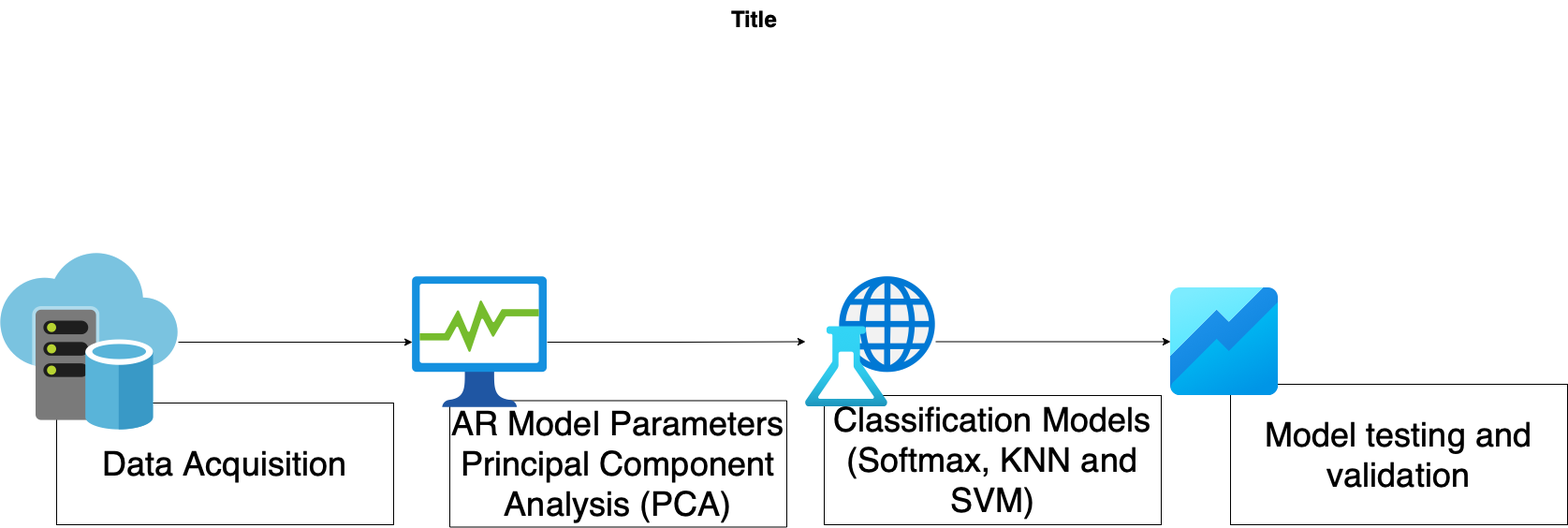
fefilizzola/HIML_TrabalhoFinal keeps this draw.io diagram as Pipeline.drawio.png. Above is the earlier version. Source tidied: cells renumbered, new cells last; positions are measured from the earlier drawing's top-left corner, leaving out a move shared by most shapes.
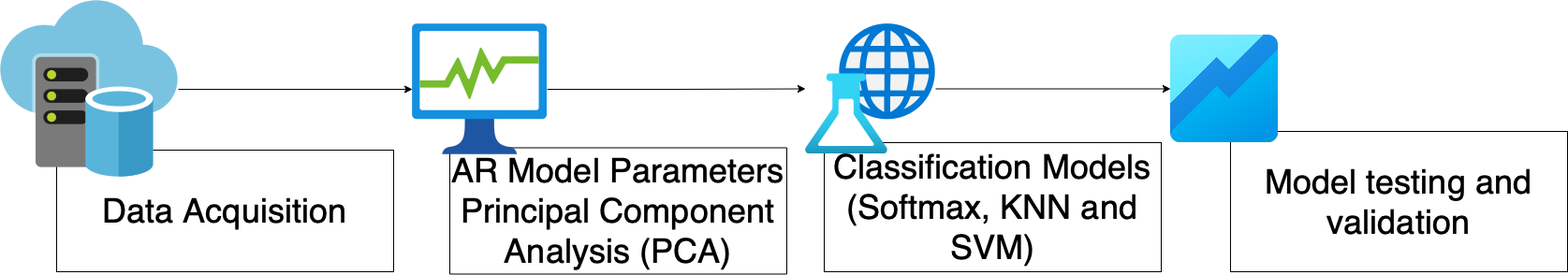
The same diagram one commit later.

The edit, as a diff of the source:
```diff
@@ -2,9 +2,6 @@
   <root>
     <mxCell id="0" style="html=1;" />
     <mxCell id="1" style="html=1;" parent="0" />
-    <mxCell id="2" value="Title" style="text;strokeColor=none;fillColor=none;html=1;fontSize=24;fontStyle=1;verticalAlign=middle;align=center;" parent="1" vertex="1">
-      <mxGeometry x="10" width="1590" height="40" as="geometry" />
-    </mxCell>
     <mxCell id="3" value="&lt;font style=&quot;font-size: 36px;&quot;&gt;Data Acquisition&lt;/font&gt;" style="rounded=0;whiteSpace=wrap;html=1;" parent="1" vertex="1">
       <mxGeometry x="60" y="430" width="360" height="130" as="geometry" />
     </mxCell>
```
